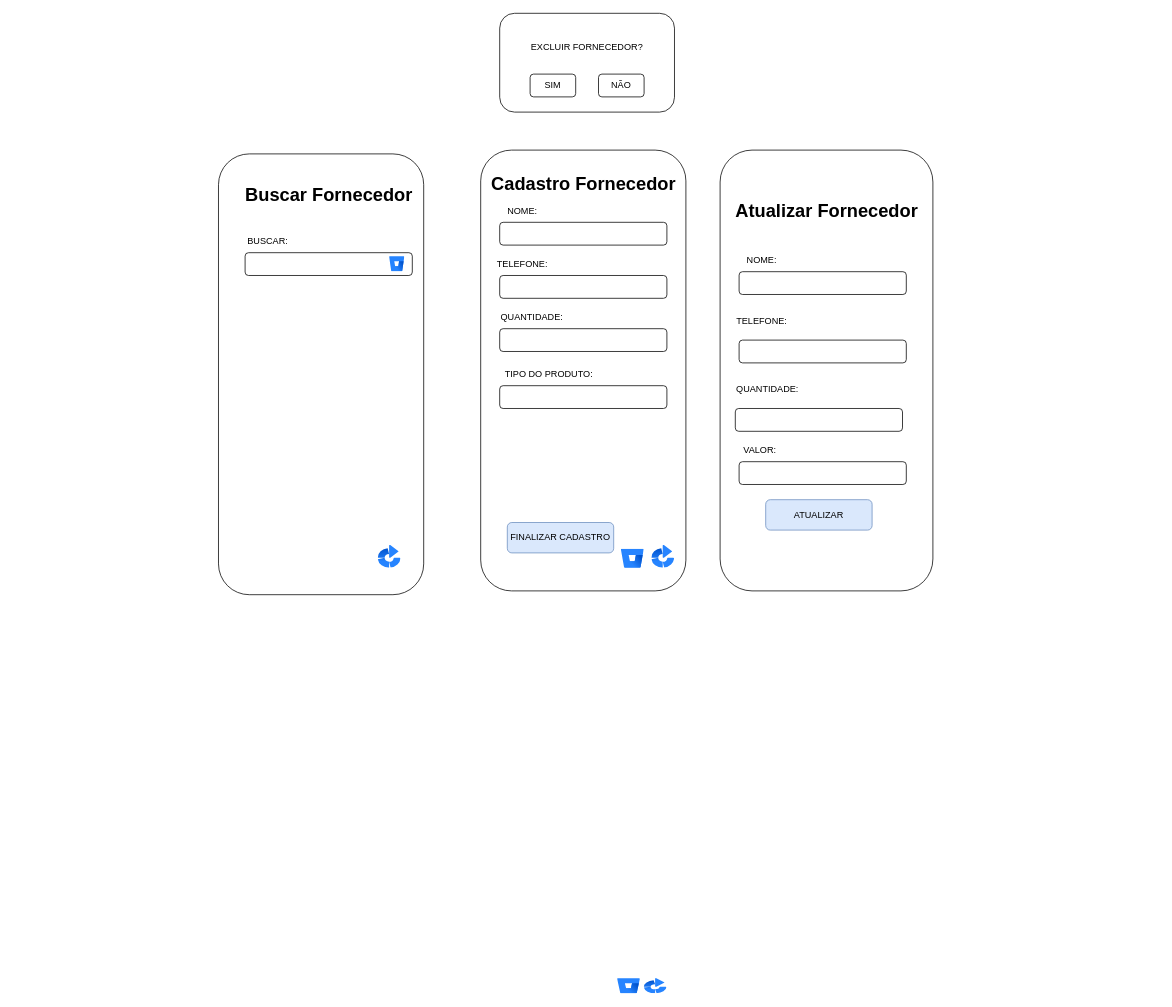
juliareis14/avatar.app keeps this draw.io diagram as page "Página-3" (3 of 4) of DOC/tela.drawio. Above is the earlier version. Source tidied: cells renumbered, new cells numbered last; positions are measured from the earlier drawing's top-left corner, leaving out a move shared by most shapes. Both pictures are drawn from the tidied source at 76%, with x=0, y=0 at pixel (218, 13).
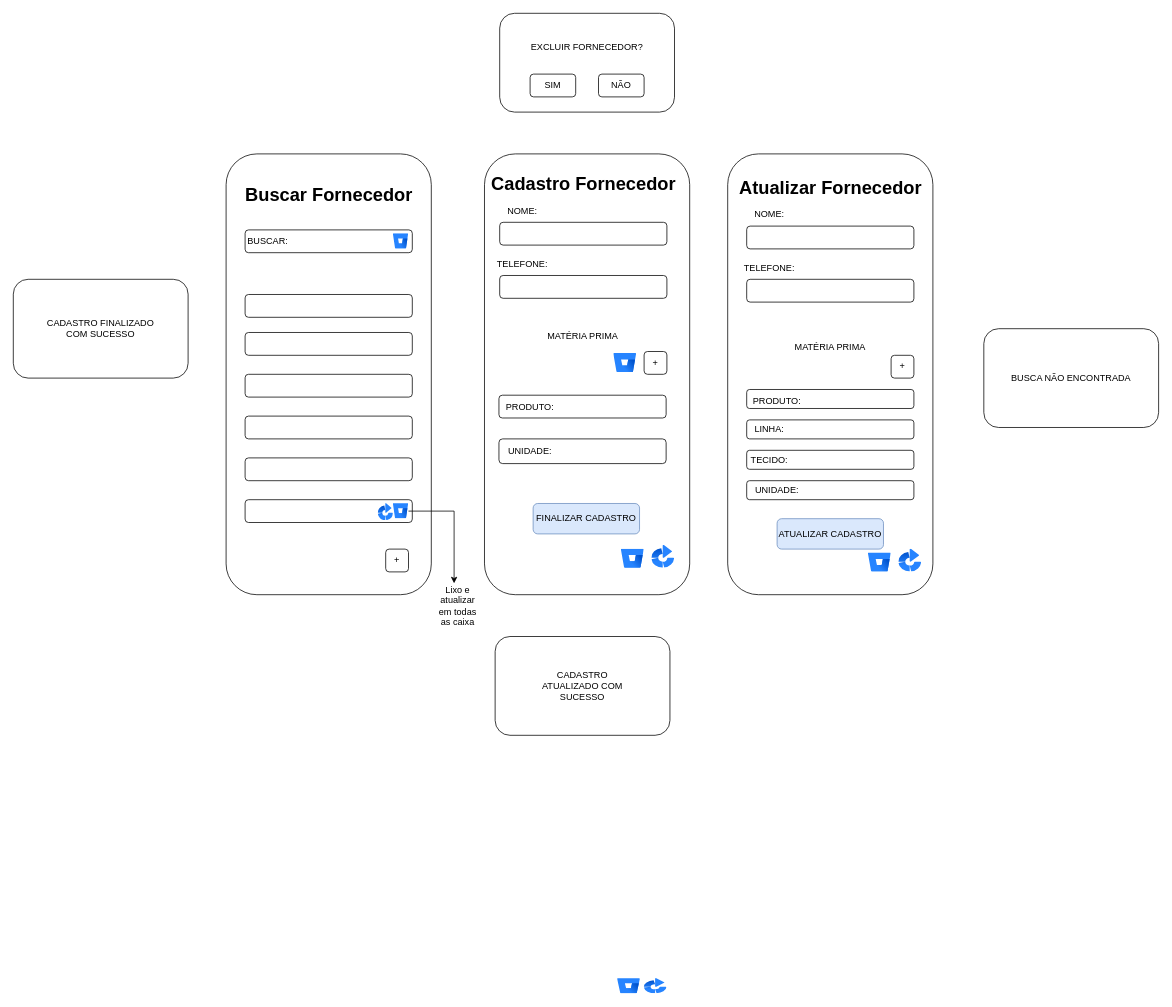
The same diagram, later.

Change to the diagram source:
```diff
@@
-    <mxCell id="2" style="rounded=1;whiteSpace=wrap;html=1;" parent="1" vertex="1">
-      <mxGeometry x="345" y="180" width="270" height="580" as="geometry" />
-    </mxCell>
+    <mxCell id="38" style="rounded=1;whiteSpace=wrap;html=1;" parent="1" vertex="1">
+      <mxGeometry x="350" y="185" width="270" height="580" as="geometry" />
+    </mxCell>
     <mxCell id="3" style="rounded=1;whiteSpace=wrap;html=1;" parent="1" vertex="1">
-      <mxGeometry y="185" width="270" height="580" as="geometry" />
+      <mxGeometry x="10" y="185" width="270" height="580" as="geometry" />
     </mxCell>
@@
-    <mxCell id="7" style="rounded=1;whiteSpace=wrap;html=1;" parent="1" vertex="1">
-      <mxGeometry x="370" y="415" width="220" height="30" as="geometry" />
-    </mxCell>
@@
-    <mxCell id="10" value="QUANTIDADE:" style="text;html=1;align=center;verticalAlign=middle;whiteSpace=wrap;rounded=0;" parent="1" vertex="1">
-      <mxGeometry x="370" y="385" width="85" height="30" as="geometry" />
-    </mxCell>
     <mxCell id="11" value="FINALIZAR CADASTRO" style="rounded=1;whiteSpace=wrap;html=1;fillColor=#dae8fc;strokeColor=#6c8ebf;" parent="1" vertex="1">
-      <mxGeometry x="380" y="670" width="140" height="40" as="geometry" />
+      <mxGeometry x="414" y="645" width="140" height="40" as="geometry" />
     </mxCell>
@@
-    <mxCell id="14" style="rounded=1;whiteSpace=wrap;html=1;" parent="1" vertex="1">
-      <mxGeometry x="660" y="180" width="280" height="580" as="geometry" />
-    </mxCell>
-    <mxCell id="15" value="Atualizar Fornecedor" style="text;strokeColor=none;fillColor=none;html=1;fontSize=24;fontStyle=1;verticalAlign=middle;align=center;" parent="1" vertex="1">
-      <mxGeometry x="750" y="240" width="100" height="40" as="geometry" />
-    </mxCell>
-    <mxCell id="16" style="rounded=1;whiteSpace=wrap;html=1;" parent="1" vertex="1">
-      <mxGeometry x="685" y="340" width="220" height="30" as="geometry" />
-    </mxCell>
-    <mxCell id="17" style="rounded=1;whiteSpace=wrap;html=1;" parent="1" vertex="1">
-      <mxGeometry x="685" y="430" width="220" height="30" as="geometry" />
-    </mxCell>
-    <mxCell id="18" style="rounded=1;whiteSpace=wrap;html=1;" parent="1" vertex="1">
-      <mxGeometry x="680" y="520" width="220" height="30" as="geometry" />
-    </mxCell>
-    <mxCell id="19" value="NOME:" style="text;html=1;align=center;verticalAlign=middle;whiteSpace=wrap;rounded=0;" parent="1" vertex="1">
-      <mxGeometry x="685" y="310" width="60" height="30" as="geometry" />
-    </mxCell>
-    <mxCell id="20" value="TELEFONE:" style="text;html=1;align=center;verticalAlign=middle;whiteSpace=wrap;rounded=0;" parent="1" vertex="1">
-      <mxGeometry x="685" y="390" width="60" height="30" as="geometry" />
-    </mxCell>
-    <mxCell id="21" value="QUANTIDADE:" style="text;html=1;align=center;verticalAlign=middle;whiteSpace=wrap;rounded=0;" parent="1" vertex="1">
-      <mxGeometry x="680" y="480" width="85" height="30" as="geometry" />
-    </mxCell>
-    <mxCell id="22" value="ATUALIZAR" style="rounded=1;whiteSpace=wrap;html=1;fillColor=#dae8fc;strokeColor=#6c8ebf;" parent="1" vertex="1">
-      <mxGeometry x="720" y="640" width="140" height="40" as="geometry" />
-    </mxCell>
@@
     <mxCell id="24" style="rounded=1;whiteSpace=wrap;html=1;" parent="1" vertex="1">
-      <mxGeometry x="35" y="315" width="220" height="30" as="geometry" />
+      <mxGeometry x="35" y="285" width="220" height="30" as="geometry" />
     </mxCell>
@@
     <mxCell id="32" style="rounded=1;whiteSpace=wrap;html=1;" parent="1" vertex="1">
-      <mxGeometry x="370" y="490" width="220" height="30" as="geometry" />
+      <mxGeometry x="369" y="560" width="220" height="32.5" as="geometry" />
     </mxCell>
-    <mxCell id="33" value="VALOR:" style="text;html=1;align=center;verticalAlign=middle;whiteSpace=wrap;rounded=0;" parent="1" vertex="1">
-      <mxGeometry x="670" y="560" width="85" height="30" as="geometry" />
-    </mxCell>
-    <mxCell id="34" style="rounded=1;whiteSpace=wrap;html=1;" parent="1" vertex="1">
-      <mxGeometry x="685" y="590" width="220" height="30" as="geometry" />
-    </mxCell>
-    <mxCell id="35" value="TIPO DO PRODUTO:" style="text;html=1;align=center;verticalAlign=middle;whiteSpace=wrap;rounded=0;" parent="1" vertex="1">
-      <mxGeometry x="370" y="460" width="130" height="30" as="geometry" />
-    </mxCell>
     <mxCell id="36" style="image;html=1;image=img/lib/atlassian/Bitbucket_Logo.svg;" parent="1" vertex="1">
-      <mxGeometry x="225" y="320" width="20" height="20" as="geometry" />
+      <mxGeometry x="230" y="290" width="20" height="20" as="geometry" />
     </mxCell>
-    <mxCell id="37" style="image;html=1;image=img/lib/atlassian/Bamboo_Logo.svg;direction=east;" parent="1" vertex="1">
-      <mxGeometry x="210" y="700" width="30" height="30" as="geometry" />
-    </mxCell>
+    <mxCell id="39" value="MATÉRIA PRIMA" style="text;html=1;align=center;verticalAlign=middle;whiteSpace=wrap;rounded=0;" parent="1" vertex="1">
+      <mxGeometry x="391.5" y="385" width="175" height="80" as="geometry" />
+    </mxCell>
+    <mxCell id="40" style="rounded=1;whiteSpace=wrap;html=1;" parent="1" vertex="1">
+      <mxGeometry x="369" y="502.5" width="220" height="30" as="geometry" />
+    </mxCell>
+    <mxCell id="41" value="PRODUTO:" style="text;html=1;align=center;verticalAlign=middle;whiteSpace=wrap;rounded=0;" parent="1" vertex="1">
+      <mxGeometry x="380" y="502.5" width="60" height="30" as="geometry" />
+    </mxCell>
+    <mxCell id="42" value="UNIDADE:" style="text;html=1;align=center;verticalAlign=middle;whiteSpace=wrap;rounded=0;" parent="1" vertex="1">
+      <mxGeometry x="380" y="561.2" width="60" height="30" as="geometry" />
+    </mxCell>
+    <mxCell id="43" style="rounded=1;whiteSpace=wrap;html=1;" parent="1" vertex="1">
+      <mxGeometry x="670" y="185" width="270" height="580" as="geometry" />
+    </mxCell>
+    <mxCell id="15" value="Atualizar Fornecedor" style="text;strokeColor=none;fillColor=none;html=1;fontSize=24;fontStyle=1;verticalAlign=middle;align=center;" parent="1" vertex="1">
+      <mxGeometry x="755" y="210" width="100" height="40" as="geometry" />
+    </mxCell>
+    <mxCell id="44" style="rounded=1;whiteSpace=wrap;html=1;" parent="1" vertex="1">
+      <mxGeometry x="695" y="280" width="220" height="30" as="geometry" />
+    </mxCell>
+    <mxCell id="45" style="rounded=1;whiteSpace=wrap;html=1;" parent="1" vertex="1">
+      <mxGeometry x="695" y="350" width="220" height="30" as="geometry" />
+    </mxCell>
+    <mxCell id="19" value="NOME:" style="text;html=1;align=center;verticalAlign=middle;whiteSpace=wrap;rounded=0;" parent="1" vertex="1">
+      <mxGeometry x="695" y="250" width="60" height="30" as="geometry" />
+    </mxCell>
+    <mxCell id="20" value="TELEFONE:" style="text;html=1;align=center;verticalAlign=middle;whiteSpace=wrap;rounded=0;" parent="1" vertex="1">
+      <mxGeometry x="695" y="320" width="60" height="30" as="geometry" />
+    </mxCell>
+    <mxCell id="46" value="ATUALIZAR CADASTRO" style="rounded=1;whiteSpace=wrap;html=1;fillColor=#dae8fc;strokeColor=#6c8ebf;" parent="1" vertex="1">
+      <mxGeometry x="735" y="665" width="140" height="40" as="geometry" />
+    </mxCell>
+    <mxCell id="47" style="image;html=1;image=img/lib/atlassian/Bitbucket_Logo.svg;" parent="1" vertex="1">
+      <mxGeometry x="855" y="710" width="30" height="25" as="geometry" />
+    </mxCell>
+    <mxCell id="48" style="image;html=1;image=img/lib/atlassian/Bamboo_Logo.svg;direction=east;" parent="1" vertex="1">
+      <mxGeometry x="895" y="705" width="30" height="30" as="geometry" />
+    </mxCell>
+    <mxCell id="49" style="rounded=1;whiteSpace=wrap;html=1;" parent="1" vertex="1">
+      <mxGeometry x="695" y="615" width="220" height="25" as="geometry" />
+    </mxCell>
+    <mxCell id="50" value="MATÉRIA PRIMA" style="text;html=1;align=center;verticalAlign=middle;whiteSpace=wrap;rounded=0;" parent="1" vertex="1">
+      <mxGeometry x="750" y="415" width="110" height="50" as="geometry" />
+    </mxCell>
+    <mxCell id="51" style="rounded=1;whiteSpace=wrap;html=1;" parent="1" vertex="1">
+      <mxGeometry x="695" y="495" width="220" height="25" as="geometry" />
+    </mxCell>
+    <mxCell id="52" style="rounded=1;whiteSpace=wrap;html=1;" parent="1" vertex="1">
+      <mxGeometry x="695" y="535" width="220" height="25" as="geometry" />
+    </mxCell>
+    <mxCell id="53" style="rounded=1;whiteSpace=wrap;html=1;" parent="1" vertex="1">
+      <mxGeometry x="695" y="575" width="220" height="25" as="geometry" />
+    </mxCell>
+    <mxCell id="54" value="PRODUTO:" style="text;html=1;align=center;verticalAlign=middle;whiteSpace=wrap;rounded=0;" parent="1" vertex="1">
+      <mxGeometry x="705" y="495" width="60" height="30" as="geometry" />
+    </mxCell>
+    <mxCell id="55" value="LINHA:" style="text;html=1;align=center;verticalAlign=middle;whiteSpace=wrap;rounded=0;" parent="1" vertex="1">
+      <mxGeometry x="695" y="532.5" width="60" height="30" as="geometry" />
+    </mxCell>
+    <mxCell id="56" value="TECIDO:" style="text;html=1;align=center;verticalAlign=middle;whiteSpace=wrap;rounded=0;" parent="1" vertex="1">
+      <mxGeometry x="695" y="572.5" width="60" height="30" as="geometry" />
+    </mxCell>
+    <mxCell id="57" value="UNIDADE:" style="text;html=1;align=center;verticalAlign=middle;whiteSpace=wrap;rounded=0;" parent="1" vertex="1">
+      <mxGeometry x="705" y="612.5" width="60" height="30" as="geometry" />
+    </mxCell>
+    <mxCell id="58" style="rounded=1;whiteSpace=wrap;html=1;" parent="1" vertex="1">
+      <mxGeometry x="-270" y="350" width="230" height="130" as="geometry" />
+    </mxCell>
+    <mxCell id="59" value="CADASTRO FINALIZADO&lt;div&gt;COM SUCESSO&lt;/div&gt;" style="text;html=1;align=center;verticalAlign=middle;whiteSpace=wrap;rounded=0;" parent="1" vertex="1">
+      <mxGeometry x="-230" y="380" width="150" height="70" as="geometry" />
+    </mxCell>
+    <mxCell id="60" style="rounded=1;whiteSpace=wrap;html=1;" parent="1" vertex="1">
+      <mxGeometry x="364" y="820" width="230" height="130" as="geometry" />
+    </mxCell>
+    <mxCell id="61" value="CADASTRO ATUALIZADO COM SUCESSO" style="text;html=1;align=center;verticalAlign=middle;whiteSpace=wrap;rounded=0;" parent="1" vertex="1">
+      <mxGeometry x="414" y="855" width="130" height="60" as="geometry" />
+    </mxCell>
+    <mxCell id="62" value="BUSCA NÃO ENCONTRADA" style="rounded=1;whiteSpace=wrap;html=1;" parent="1" vertex="1">
+      <mxGeometry x="1007" y="415" width="230" height="130" as="geometry" />
+    </mxCell>
+    <mxCell id="63" value="+" style="rounded=1;whiteSpace=wrap;html=1;direction=south;" parent="1" vertex="1">
+      <mxGeometry x="560" y="445" width="30" height="30" as="geometry" />
+    </mxCell>
+    <mxCell id="64" value="+" style="rounded=1;whiteSpace=wrap;html=1;direction=south;" parent="1" vertex="1">
+      <mxGeometry x="885" y="450" width="30" height="30" as="geometry" />
+    </mxCell>
+    <mxCell id="65" style="rounded=1;whiteSpace=wrap;html=1;" parent="1" vertex="1">
+      <mxGeometry x="35" y="370" width="220" height="30" as="geometry" />
+    </mxCell>
+    <mxCell id="66" style="rounded=1;whiteSpace=wrap;html=1;" parent="1" vertex="1">
+      <mxGeometry x="35" y="420" width="220" height="30" as="geometry" />
+    </mxCell>
+    <mxCell id="67" style="rounded=1;whiteSpace=wrap;html=1;" parent="1" vertex="1">
+      <mxGeometry x="35" y="475" width="220" height="30" as="geometry" />
+    </mxCell>
+    <mxCell id="68" style="rounded=1;whiteSpace=wrap;html=1;" parent="1" vertex="1">
+      <mxGeometry x="35" y="530" width="220" height="30" as="geometry" />
+    </mxCell>
+    <mxCell id="69" style="rounded=1;whiteSpace=wrap;html=1;" parent="1" vertex="1">
+      <mxGeometry x="35" y="585" width="220" height="30" as="geometry" />
+    </mxCell>
+    <mxCell id="70" style="rounded=1;whiteSpace=wrap;html=1;" parent="1" vertex="1">
+      <mxGeometry x="35" y="640" width="220" height="30" as="geometry" />
+    </mxCell>
+    <mxCell id="71" style="edgeStyle=orthogonalEdgeStyle;rounded=0;jettySize=auto;html=1;" parent="1" edge="1" source="72">
+      <mxGeometry relative="1" as="geometry">
+        <mxPoint x="310" y="750" as="targetPoint" />
+        <Array as="points">
+          <mxPoint x="310" y="655" />
+          <mxPoint x="310" y="750" />
+        </Array>
+      </mxGeometry>
+    </mxCell>
+    <mxCell id="72" style="image;html=1;image=img/lib/atlassian/Bitbucket_Logo.svg;" parent="1" vertex="1">
+      <mxGeometry x="230" y="645" width="20" height="20" as="geometry" />
+    </mxCell>
+    <mxCell id="73" value="Lixo e atualizar em todas as caixa" style="text;html=1;align=center;verticalAlign=middle;whiteSpace=wrap;rounded=0;" parent="1" vertex="1">
+      <mxGeometry x="285" y="765" width="60" height="30" as="geometry" />
+    </mxCell>
+    <mxCell id="74" style="image;html=1;image=img/lib/atlassian/Bamboo_Logo.svg;direction=east;" parent="1" vertex="1">
+      <mxGeometry x="210" y="645" width="20" height="22.5" as="geometry" />
+    </mxCell>
+    <mxCell id="75" value="+" style="rounded=1;whiteSpace=wrap;html=1;direction=south;" parent="1" vertex="1">
+      <mxGeometry x="220" y="705" width="30" height="30" as="geometry" />
+    </mxCell>
+    <mxCell id="76" style="image;html=1;image=img/lib/atlassian/Bitbucket_Logo.svg;" parent="1" vertex="1">
+      <mxGeometry x="520" y="447.5" width="30" height="25" as="geometry" />
+    </mxCell>
```
